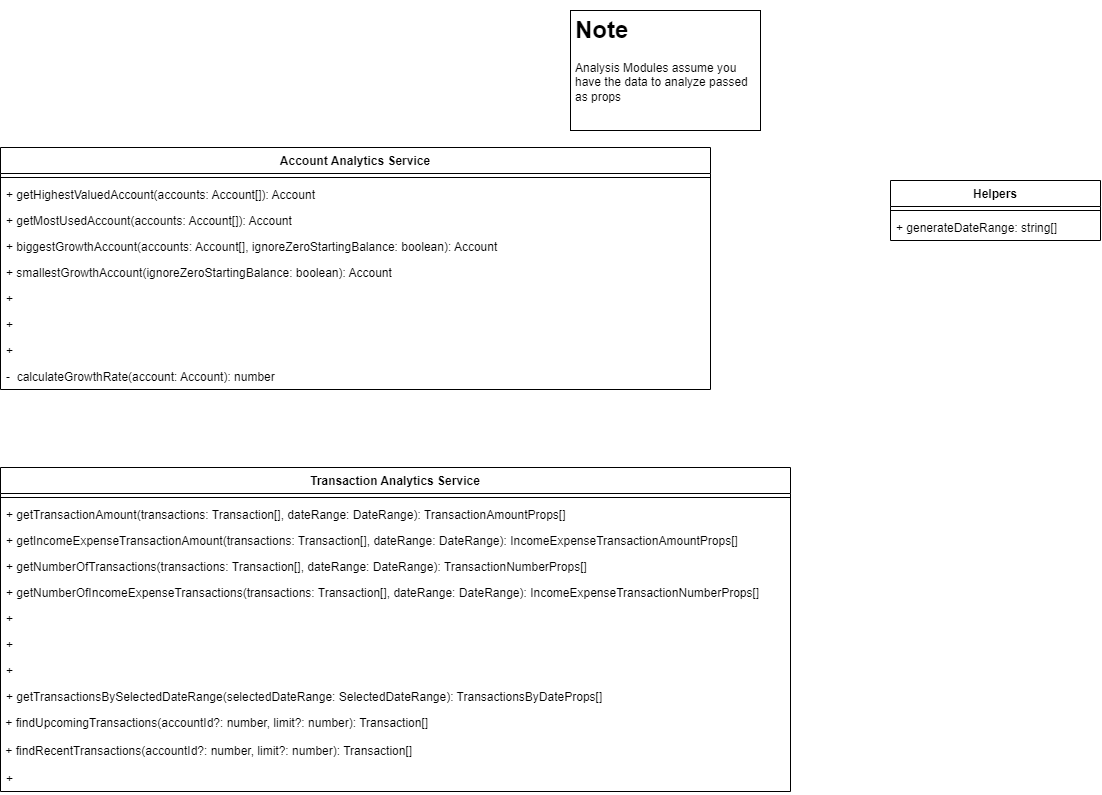
This is ERD_and_Implementation/diagrams/analytics.services.drawio.png from ssanjose/transact, a draw.io export, as it was before one commit. Source tidied: cells renumbered, new cells last; positions are measured from the earlier drawing's top-left corner, leaving out a move shared by most shapes. Source of this version:
```xml
<mxGraphModel>
  <root>
    <mxCell id="0" />
    <mxCell id="1" parent="0" />
    <mxCell id="2" value="Account Analytics Service" style="swimlane;fontStyle=1;align=center;verticalAlign=top;horizontal=1;startSize=26;whiteSpace=wrap;" parent="1" vertex="1">
      <mxGeometry y="137" width="710" height="242" as="geometry" />
    </mxCell>
    <mxCell id="3" style="line;strokeWidth=1;fillColor=none;align=left;verticalAlign=middle;spacingTop=-1;spacingLeft=3;spacingRight=3;labelPosition=right;strokeColor=inherit;" parent="2" vertex="1">
      <mxGeometry y="26" width="710" height="8" as="geometry" />
    </mxCell>
    <mxCell id="4" value="+ getHighestValuedAccount(accounts: Account[]): Account" style="text;strokeColor=none;fillColor=none;align=left;verticalAlign=top;spacingLeft=4;spacingRight=4;overflow=hidden;" parent="2" vertex="1">
      <mxGeometry y="34" width="710" height="26" as="geometry" />
    </mxCell>
    <mxCell id="5" value="+ getMostUsedAccount(accounts: Account[]): Account" style="text;strokeColor=none;fillColor=none;align=left;verticalAlign=top;spacingLeft=4;spacingRight=4;overflow=hidden;" parent="2" vertex="1">
      <mxGeometry y="60" width="710" height="26" as="geometry" />
    </mxCell>
    <mxCell id="6" value="+ biggestGrowthAccount(accounts: Account[], ignoreZeroStartingBalance: boolean): Account" style="text;strokeColor=none;fillColor=none;align=left;verticalAlign=top;spacingLeft=4;spacingRight=4;overflow=hidden;" parent="2" vertex="1">
      <mxGeometry y="86" width="710" height="26" as="geometry" />
    </mxCell>
    <mxCell id="7" value="+ smallestGrowthAccount(ignoreZeroStartingBalance: boolean): Account" style="text;strokeColor=none;fillColor=none;align=left;verticalAlign=top;spacingLeft=4;spacingRight=4;overflow=hidden;" parent="2" vertex="1">
      <mxGeometry y="112" width="710" height="26" as="geometry" />
    </mxCell>
    <mxCell id="8" value="+" style="text;strokeColor=none;fillColor=none;align=left;verticalAlign=top;spacingLeft=4;spacingRight=4;overflow=hidden;" parent="2" vertex="1">
      <mxGeometry y="138" width="710" height="26" as="geometry" />
    </mxCell>
    <mxCell id="9" value="+" style="text;strokeColor=none;fillColor=none;align=left;verticalAlign=top;spacingLeft=4;spacingRight=4;overflow=hidden;" parent="2" vertex="1">
      <mxGeometry y="164" width="710" height="26" as="geometry" />
    </mxCell>
    <mxCell id="10" value="+" style="text;strokeColor=none;fillColor=none;align=left;verticalAlign=top;spacingLeft=4;spacingRight=4;overflow=hidden;" parent="2" vertex="1">
      <mxGeometry y="190" width="710" height="26" as="geometry" />
    </mxCell>
    <mxCell id="11" value="-  calculateGrowthRate(account: Account): number" style="text;strokeColor=none;fillColor=none;align=left;verticalAlign=top;spacingLeft=4;spacingRight=4;overflow=hidden;" parent="2" vertex="1">
      <mxGeometry y="216" width="710" height="26" as="geometry" />
    </mxCell>
    <mxCell id="12" value="Transaction Analytics Service" style="swimlane;fontStyle=1;align=center;verticalAlign=top;horizontal=1;startSize=26;whiteSpace=wrap;" parent="1" vertex="1">
      <mxGeometry y="457" width="790" height="324" as="geometry" />
    </mxCell>
    <mxCell id="13" style="line;strokeWidth=1;fillColor=none;align=left;verticalAlign=middle;spacingTop=-1;spacingLeft=3;spacingRight=3;labelPosition=right;strokeColor=inherit;" parent="12" vertex="1">
      <mxGeometry y="26" width="790" height="8" as="geometry" />
    </mxCell>
    <mxCell id="14" value="+ getTransactionAmount(transactions: Transaction[], dateRange: DateRange): TransactionAmountProps[]" style="text;strokeColor=none;fillColor=none;align=left;verticalAlign=top;spacingLeft=4;spacingRight=4;overflow=hidden;" parent="12" vertex="1">
      <mxGeometry y="34" width="790" height="26" as="geometry" />
    </mxCell>
    <mxCell id="15" value="+ getIncomeExpenseTransactionAmount(transactions: Transaction[], dateRange: DateRange): IncomeExpenseTransactionAmountProps[]" style="text;strokeColor=none;fillColor=none;align=left;verticalAlign=top;spacingLeft=4;spacingRight=4;overflow=hidden;" parent="12" vertex="1">
      <mxGeometry y="60" width="790" height="26" as="geometry" />
    </mxCell>
    <mxCell id="16" value="+ getNumberOfTransactions(transactions: Transaction[], dateRange: DateRange): TransactionNumberProps[]" style="text;strokeColor=none;fillColor=none;align=left;verticalAlign=top;spacingLeft=4;spacingRight=4;overflow=hidden;" parent="12" vertex="1">
      <mxGeometry y="86" width="790" height="26" as="geometry" />
    </mxCell>
    <mxCell id="17" value="+ getNumberOfIncomeExpenseTransactions(transactions: Transaction[], dateRange: DateRange): IncomeExpenseTransactionNumberProps[]" style="text;strokeColor=none;fillColor=none;align=left;verticalAlign=top;spacingLeft=4;spacingRight=4;overflow=hidden;" parent="12" vertex="1">
      <mxGeometry y="112" width="790" height="26" as="geometry" />
    </mxCell>
    <mxCell id="18" value="+" style="text;strokeColor=none;fillColor=none;align=left;verticalAlign=top;spacingLeft=4;spacingRight=4;overflow=hidden;" parent="12" vertex="1">
      <mxGeometry y="138" width="790" height="26" as="geometry" />
    </mxCell>
    <mxCell id="19" value="+" style="text;strokeColor=none;fillColor=none;align=left;verticalAlign=top;spacingLeft=4;spacingRight=4;overflow=hidden;" parent="12" vertex="1">
      <mxGeometry y="164" width="790" height="26" as="geometry" />
    </mxCell>
    <mxCell id="20" value="+" style="text;strokeColor=none;fillColor=none;align=left;verticalAlign=top;spacingLeft=4;spacingRight=4;overflow=hidden;" parent="12" vertex="1">
      <mxGeometry y="190" width="790" height="26" as="geometry" />
    </mxCell>
    <mxCell id="21" value="+ getTransactionsBySelectedDateRange(selectedDateRange: SelectedDateRange): TransactionsByDateProps[]" style="text;strokeColor=none;fillColor=none;align=left;verticalAlign=top;spacingLeft=4;spacingRight=4;overflow=hidden;" parent="12" vertex="1">
      <mxGeometry y="216" width="790" height="26" as="geometry" />
    </mxCell>
    <mxCell id="22" value="&lt;span style=&quot;font-family: Helvetica; font-size: 12px; font-style: normal; font-variant-ligatures: normal; font-variant-caps: normal; font-weight: 400; letter-spacing: normal; orphans: 2; text-align: left; text-indent: 0px; text-transform: none; widows: 2; word-spacing: 0px; -webkit-text-stroke-width: 0px; text-decoration-thickness: initial; text-decoration-style: initial; text-decoration-color: initial; float: none; display: inline !important;&quot;&gt;&amp;nbsp;+ findUpcomingTransactions(accountId?: number, limit?: number): Transaction[]&lt;/span&gt;" style="text;whiteSpace=wrap;html=1;fontColor=default;labelBackgroundColor=none;" parent="12" vertex="1">
      <mxGeometry y="242" width="790" height="28" as="geometry" />
    </mxCell>
    <mxCell id="23" value="&lt;span style=&quot;font-family: Helvetica; font-size: 12px; font-style: normal; font-variant-ligatures: normal; font-variant-caps: normal; font-weight: 400; letter-spacing: normal; orphans: 2; text-align: left; text-indent: 0px; text-transform: none; widows: 2; word-spacing: 0px; -webkit-text-stroke-width: 0px; text-decoration-thickness: initial; text-decoration-style: initial; text-decoration-color: initial; float: none; display: inline !important;&quot;&gt;&amp;nbsp;+ findRecentTransactions(accountId?: number, limit?: number): Transaction[]&lt;/span&gt;" style="text;whiteSpace=wrap;html=1;fontColor=default;labelBackgroundColor=none;" parent="12" vertex="1">
      <mxGeometry y="270" width="790" height="28" as="geometry" />
    </mxCell>
    <mxCell id="24" value="+" style="text;strokeColor=none;fillColor=none;align=left;verticalAlign=top;spacingLeft=4;spacingRight=4;overflow=hidden;" parent="12" vertex="1">
      <mxGeometry y="298" width="790" height="26" as="geometry" />
    </mxCell>
    <mxCell id="25" value="&lt;h1&gt;Note&lt;/h1&gt;&lt;p&gt;Analysis Modules assume you have the data to analyze passed as props&lt;/p&gt;" style="text;html=1;spacing=5;spacingTop=-20;whiteSpace=wrap;overflow=hidden;rounded=0;glass=0;shadow=0;fillColor=none;gradientColor=none;strokeColor=default;" parent="1" vertex="1">
      <mxGeometry x="570" width="190" height="120" as="geometry" />
    </mxCell>
    <mxCell id="26" value="Helpers" style="swimlane;fontStyle=1;align=center;verticalAlign=top;horizontal=1;startSize=26;rounded=0;shadow=0;glass=0;sketch=0;strokeColor=default;fillColor=none;gradientColor=none;" parent="1" vertex="1">
      <mxGeometry x="890" y="170" width="210" height="60" as="geometry" />
    </mxCell>
    <mxCell id="27" style="line;strokeWidth=1;fillColor=none;align=left;verticalAlign=middle;spacingTop=-1;spacingLeft=3;spacingRight=3;labelPosition=right;strokeColor=inherit;rounded=0;shadow=0;glass=0;sketch=0;" parent="26" vertex="1">
      <mxGeometry y="26" width="210" height="8" as="geometry" />
    </mxCell>
    <mxCell id="28" value="+ generateDateRange: string[]" style="text;strokeColor=none;fillColor=none;align=left;verticalAlign=top;spacingLeft=4;spacingRight=4;overflow=hidden;rounded=0;shadow=0;glass=0;sketch=0;" parent="26" vertex="1">
      <mxGeometry y="34" width="210" height="26" as="geometry" />
    </mxCell>
  </root>
</mxGraphModel>
```
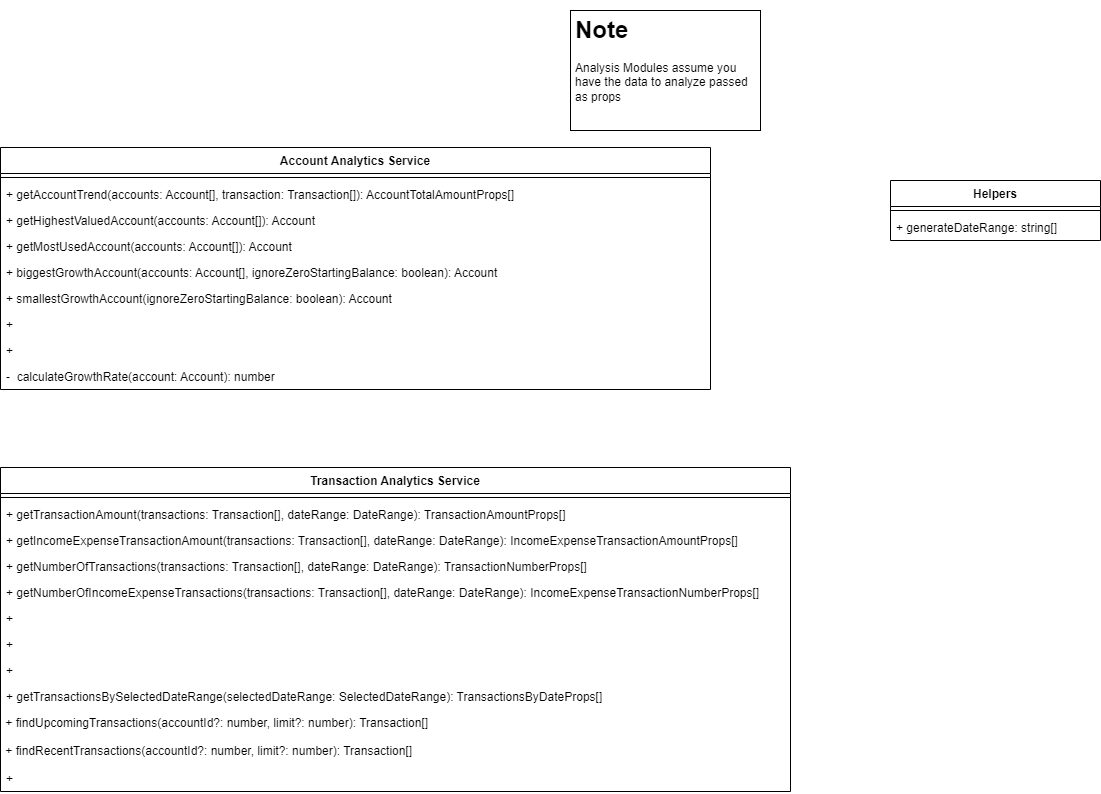
The same file after the commit.

Commit message:
add: getAccountTrend to get an account or accounts' trend with a set of transactions over time

Change to the diagram source:
```diff
@@ -8,21 +8,21 @@
     <mxCell id="3" style="line;strokeWidth=1;fillColor=none;align=left;verticalAlign=middle;spacingTop=-1;spacingLeft=3;spacingRight=3;labelPosition=right;strokeColor=inherit;" parent="2" vertex="1">
       <mxGeometry y="26" width="710" height="8" as="geometry" />
     </mxCell>
+    <mxCell id="8" value="+ getAccountTrend(accounts: Account[], transaction: Transaction[]): AccountTotalAmountProps[]" style="text;strokeColor=none;fillColor=none;align=left;verticalAlign=top;spacingLeft=4;spacingRight=4;overflow=hidden;" parent="2" vertex="1">
+      <mxGeometry y="34" width="710" height="26" as="geometry" />
+    </mxCell>
     <mxCell id="4" value="+ getHighestValuedAccount(accounts: Account[]): Account" style="text;strokeColor=none;fillColor=none;align=left;verticalAlign=top;spacingLeft=4;spacingRight=4;overflow=hidden;" parent="2" vertex="1">
-      <mxGeometry y="34" width="710" height="26" as="geometry" />
+      <mxGeometry y="60" width="710" height="26" as="geometry" />
     </mxCell>
     <mxCell id="5" value="+ getMostUsedAccount(accounts: Account[]): Account" style="text;strokeColor=none;fillColor=none;align=left;verticalAlign=top;spacingLeft=4;spacingRight=4;overflow=hidden;" parent="2" vertex="1">
-      <mxGeometry y="60" width="710" height="26" as="geometry" />
+      <mxGeometry y="86" width="710" height="26" as="geometry" />
     </mxCell>
     <mxCell id="6" value="+ biggestGrowthAccount(accounts: Account[], ignoreZeroStartingBalance: boolean): Account" style="text;strokeColor=none;fillColor=none;align=left;verticalAlign=top;spacingLeft=4;spacingRight=4;overflow=hidden;" parent="2" vertex="1">
-      <mxGeometry y="86" width="710" height="26" as="geometry" />
+      <mxGeometry y="112" width="710" height="26" as="geometry" />
     </mxCell>
     <mxCell id="7" value="+ smallestGrowthAccount(ignoreZeroStartingBalance: boolean): Account" style="text;strokeColor=none;fillColor=none;align=left;verticalAlign=top;spacingLeft=4;spacingRight=4;overflow=hidden;" parent="2" vertex="1">
-      <mxGeometry y="112" width="710" height="26" as="geometry" />
+      <mxGeometry y="138" width="710" height="26" as="geometry" />
     </mxCell>
-    <mxCell id="8" value="+" style="text;strokeColor=none;fillColor=none;align=left;verticalAlign=top;spacingLeft=4;spacingRight=4;overflow=hidden;" parent="2" vertex="1">
-      <mxGeometry y="138" width="710" height="26" as="geometry" />
-    </mxCell>
     <mxCell id="9" value="+" style="text;strokeColor=none;fillColor=none;align=left;verticalAlign=top;spacingLeft=4;spacingRight=4;overflow=hidden;" parent="2" vertex="1">
       <mxGeometry y="164" width="710" height="26" as="geometry" />
     </mxCell>
```
